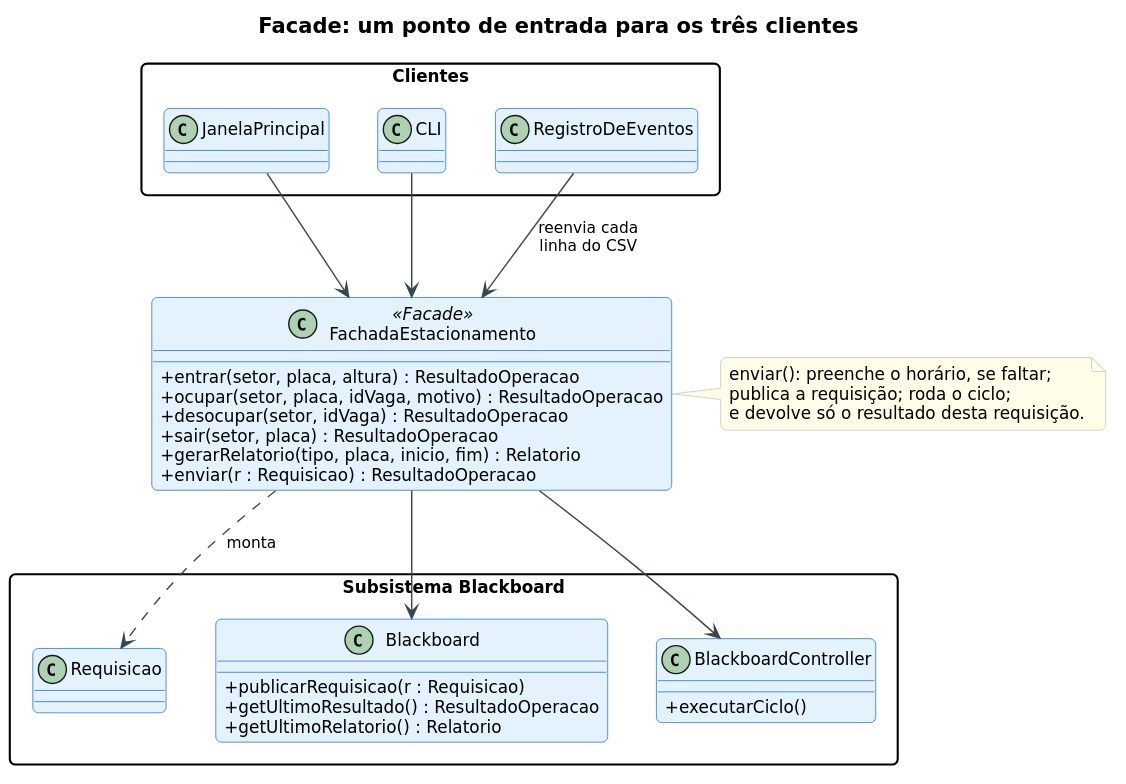
The PlantUML diagram faculdade/arquitetura-e-padroes-de-software/atividades_para_entregar/trabalho_final/descricao-arquitetural/diagramas/classes-facade.svg in MatheusKubrusly/caderno-de-estudos, before a commit.
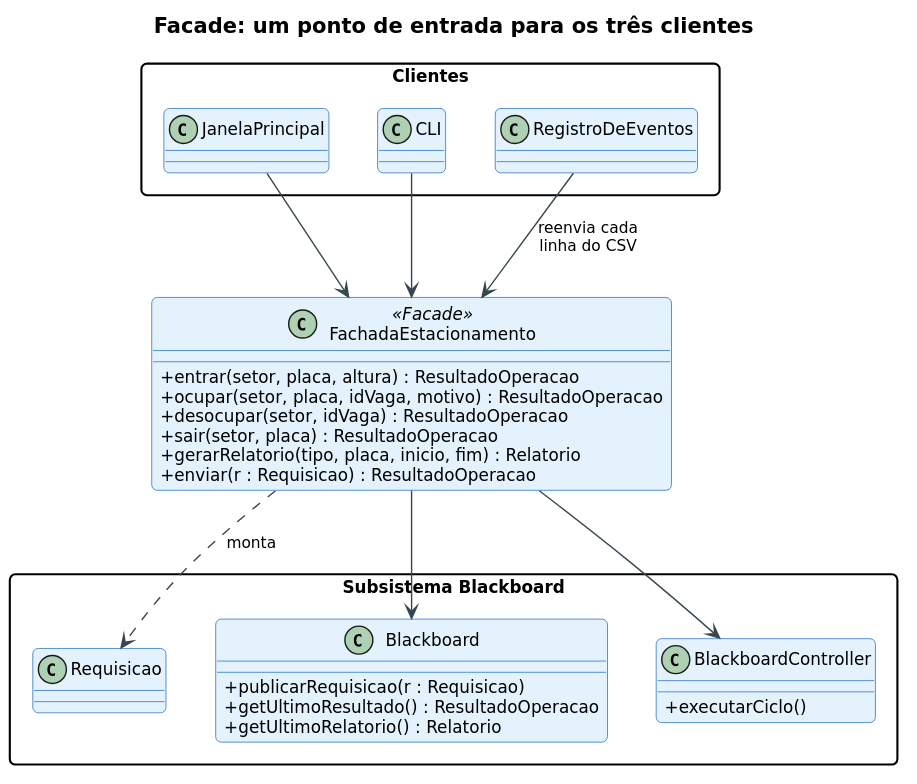
After the commit.

What changed in the source:
```diff
@@ -35,10 +35,4 @@
 FachadaEstacionamento ..> Requisicao : monta
 FachadaEstacionamento --> Blackboard
 FachadaEstacionamento --> BlackboardController
-
-note right of FachadaEstacionamento
-  enviar(): preenche o horário, se faltar;
-  publica a requisição; roda o ciclo;
-  e devolve só o resultado desta requisição.
-end note
 @enduml
```
